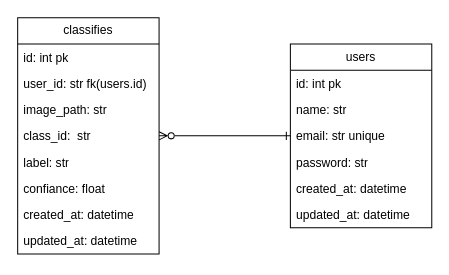
Before: docs/db.drawio in mauriciobenjamin700/faststream-learning, a draw.io diagram. Source tidied: cells renumbered, new cells numbered last; positions are measured from the earlier drawing's top-left corner, leaving out a move shared by most shapes. Both pictures are drawn from the tidied source at 101%, with x=0, y=0 at pixel (17, 17).
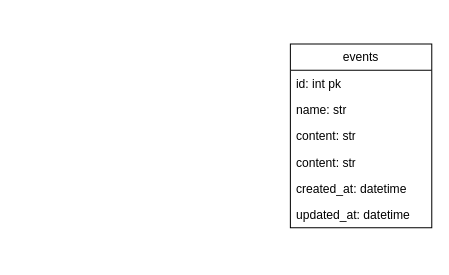
The same diagram, later.

The edit, as a diff of the source:
```diff
@@
 <mxGraphModel>
   <root>
     <mxCell id="0" />
     <mxCell id="1" parent="0" />
-    <mxCell id="2" value="classifies" style="swimlane;fontStyle=0;horizontal=1;startSize=26;fillColor=none;whiteSpace=wrap;html=1;" parent="1" vertex="1">
-      <mxGeometry width="140" height="234" as="geometry" />
-    </mxCell>
-    <mxCell id="3" value="id: int pk" style="text;strokeColor=none;fillColor=none;align=left;verticalAlign=top;spacingLeft=4;spacingRight=4;overflow=hidden;whiteSpace=wrap;html=1;" parent="2" vertex="1">
-      <mxGeometry y="26" width="140" height="26" as="geometry" />
-    </mxCell>
-    <mxCell id="4" value="user_id: str fk(users.id)" style="text;strokeColor=none;fillColor=none;align=left;verticalAlign=top;spacingLeft=4;spacingRight=4;overflow=hidden;whiteSpace=wrap;html=1;" parent="2" vertex="1">
-      <mxGeometry y="52" width="140" height="26" as="geometry" />
-    </mxCell>
-    <mxCell id="5" value="image_path: str" style="text;strokeColor=none;fillColor=none;align=left;verticalAlign=top;spacingLeft=4;spacingRight=4;overflow=hidden;whiteSpace=wrap;html=1;" parent="2" vertex="1">
-      <mxGeometry y="78" width="140" height="26" as="geometry" />
-    </mxCell>
-    <mxCell id="6" value="class_id:&amp;nbsp; str" style="text;strokeColor=none;fillColor=none;align=left;verticalAlign=top;spacingLeft=4;spacingRight=4;overflow=hidden;whiteSpace=wrap;html=1;" parent="2" vertex="1">
-      <mxGeometry y="104" width="140" height="26" as="geometry" />
-    </mxCell>
-    <mxCell id="7" value="label: str" style="text;strokeColor=none;fillColor=none;align=left;verticalAlign=top;spacingLeft=4;spacingRight=4;overflow=hidden;whiteSpace=wrap;html=1;" parent="2" vertex="1">
-      <mxGeometry y="130" width="140" height="26" as="geometry" />
-    </mxCell>
-    <mxCell id="8" value="confiance: float" style="text;strokeColor=none;fillColor=none;align=left;verticalAlign=top;spacingLeft=4;spacingRight=4;overflow=hidden;whiteSpace=wrap;html=1;" parent="2" vertex="1">
-      <mxGeometry y="156" width="140" height="26" as="geometry" />
-    </mxCell>
-    <mxCell id="9" value="created_at: datetime" style="text;strokeColor=none;fillColor=none;align=left;verticalAlign=top;spacingLeft=4;spacingRight=4;overflow=hidden;whiteSpace=wrap;html=1;" parent="2" vertex="1">
-      <mxGeometry y="182" width="140" height="26" as="geometry" />
-    </mxCell>
-    <mxCell id="10" value="updated_at: datetime" style="text;strokeColor=none;fillColor=none;align=left;verticalAlign=top;spacingLeft=4;spacingRight=4;overflow=hidden;whiteSpace=wrap;html=1;" parent="2" vertex="1">
-      <mxGeometry y="208" width="140" height="26" as="geometry" />
-    </mxCell>
-    <mxCell id="11" style="edgeStyle=none;html=1;endArrow=ERzeroToMany;endFill=0;startArrow=ERone;startFill=0;" parent="1" edge="1" source="12" target="2">
-      <mxGeometry relative="1" as="geometry" />
-    </mxCell>
-    <mxCell id="12" value="users" style="swimlane;fontStyle=0;horizontal=1;startSize=26;fillColor=none;whiteSpace=wrap;html=1;" parent="1" vertex="1">
+    <mxCell id="12" value="events" style="swimlane;fontStyle=0;horizontal=1;startSize=26;fillColor=none;whiteSpace=wrap;html=1;" parent="1" vertex="1">
       <mxGeometry x="270" y="26" width="140" height="182" as="geometry" />
     </mxCell>
     <mxCell id="13" value="id: int pk" style="text;strokeColor=none;fillColor=none;align=left;verticalAlign=top;spacingLeft=4;spacingRight=4;overflow=hidden;whiteSpace=wrap;html=1;" parent="12" vertex="1">
       <mxGeometry y="26" width="140" height="26" as="geometry" />
     </mxCell>
     <mxCell id="14" value="name: str" style="text;strokeColor=none;fillColor=none;align=left;verticalAlign=top;spacingLeft=4;spacingRight=4;overflow=hidden;whiteSpace=wrap;html=1;" parent="12" vertex="1">
       <mxGeometry y="52" width="140" height="26" as="geometry" />
     </mxCell>
-    <mxCell id="15" value="email: str unique" style="text;strokeColor=none;fillColor=none;align=left;verticalAlign=top;spacingLeft=4;spacingRight=4;overflow=hidden;whiteSpace=wrap;html=1;" parent="12" vertex="1">
+    <mxCell id="15" value="content: str" style="text;strokeColor=none;fillColor=none;align=left;verticalAlign=top;spacingLeft=4;spacingRight=4;overflow=hidden;whiteSpace=wrap;html=1;" parent="12" vertex="1">
       <mxGeometry y="78" width="140" height="26" as="geometry" />
     </mxCell>
-    <mxCell id="16" value="password: str" style="text;strokeColor=none;fillColor=none;align=left;verticalAlign=top;spacingLeft=4;spacingRight=4;overflow=hidden;whiteSpace=wrap;html=1;" parent="12" vertex="1">
-      <mxGeometry y="104" width="140" height="26" as="geometry" />
-    </mxCell>
+    <mxCell id="11" value="content: str" style="text;strokeColor=none;fillColor=none;align=left;verticalAlign=top;spacingLeft=4;spacingRight=4;overflow=hidden;whiteSpace=wrap;html=1;" parent="12" vertex="1">
+      <mxGeometry y="104" width="140" height="26" as="geometry" />
+    </mxCell>
     <mxCell id="17" value="created_at: datetime" style="text;strokeColor=none;fillColor=none;align=left;verticalAlign=top;spacingLeft=4;spacingRight=4;overflow=hidden;whiteSpace=wrap;html=1;" parent="12" vertex="1">
       <mxGeometry y="130" width="140" height="26" as="geometry" />
     </mxCell>
     <mxCell id="18" value="updated_at: datetime" style="text;strokeColor=none;fillColor=none;align=left;verticalAlign=top;spacingLeft=4;spacingRight=4;overflow=hidden;whiteSpace=wrap;html=1;" parent="12" vertex="1">
       <mxGeometry y="156" width="140" height="26" as="geometry" />
     </mxCell>
   </root>
 </mxGraphModel>
```
